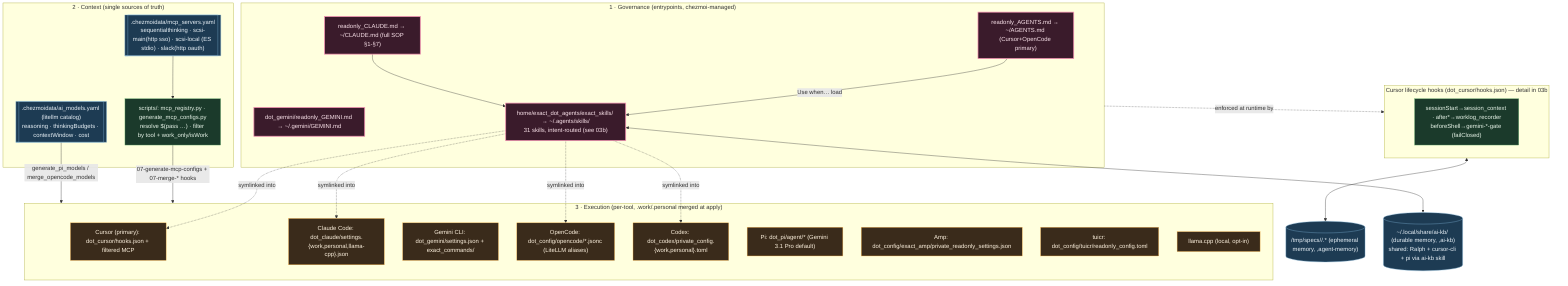
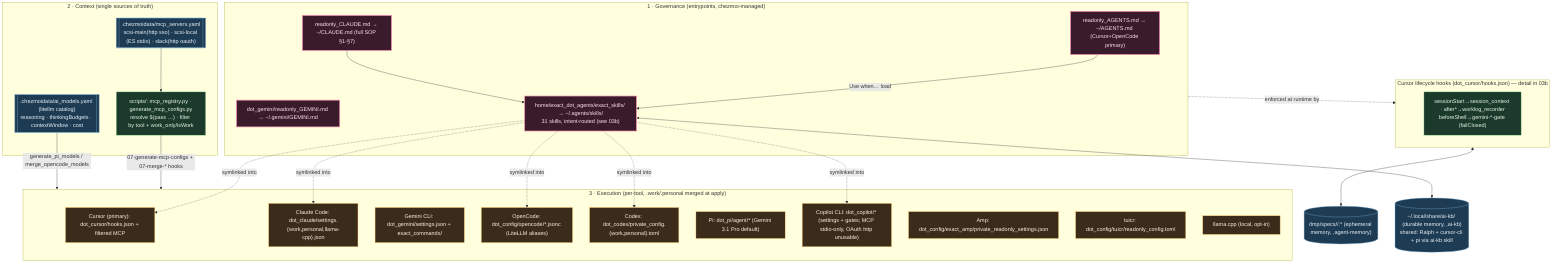
%% ============================================================================
%% 03-agentic-os.mmd — Agentic OS: governance + context + execution layers.
%% Entry SOPs + MCP/model registries + per-tool config generation.
%% Skills/hooks file-level detail → 03b. Per-tool config files → 12.
%% ============================================================================
flowchart TB
    classDef gov fill:#3a1b2b,stroke:#f48fb1,color:#fce4ec,stroke-width:2px;
    classDef ctx fill:#1b3a2b,stroke:#81c784,color:#e8f5e9;
    classDef exec fill:#3a2b1b,stroke:#ffb74d,color:#fff3e0;
    classDef data fill:#1d3b53,stroke:#7fb3d5,color:#eaf2f8;

    subgraph GOV["1 · Governance (entrypoints, chezmoi-managed)"]
        AG["readonly_AGENTS.md → ~/AGENTS.md (Cursor+OpenCode primary)"]:::gov
        CL["readonly_CLAUDE.md → ~/CLAUDE.md (full SOP §1-§7)"]:::gov
        GM["dot_gemini/readonly_GEMINI.md → ~/.gemini/GEMINI.md"]:::gov
        SK["home/exact_dot_agents/exact_skills/ → ~/.agents/skills/<br/>31 skills, intent-routed (see 03b)"]:::gov
        AG -->|Use when… load| SK
        CL --> SK
    end

    subgraph CTX["2 · Context (single sources of truth)"]
-         REG[[".chezmoidata/mcp_servers.yaml<br/>sequentialthinking · scsi-main(http sso) · scsi-local (ES stdio) · slack(http oauth)"]]:::data
+         REG[[".chezmoidata/mcp_servers.yaml<br/>scsi-main(http sso) · scsi-local (ES stdio) · slack(http oauth)"]]:::data
        MODELS[[".chezmoidata/ai_models.yaml (litellm catalog)<br/>reasoning · thinkingBudgets · contextWindow · cost"]]:::data
        GEN["scripts/: mcp_registry.py · generate_mcp_configs.py<br/>resolve $(pass …) · filter by tool + work_only/isWork"]:::ctx
        REG --> GEN
    end

    subgraph EXECL["3 · Execution (per-tool, .work/.personal merged at apply)"]
        CURSOR["Cursor (primary): dot_cursor/hooks.json + filtered MCP"]:::exec
        CLAUDE["Claude Code: dot_claude/settings.{work,personal,llama-cpp}.json"]:::exec
        GEMINI["Gemini CLI: dot_gemini/settings.json + exact_commands/"]:::exec
        OPENCODE["OpenCode: dot_config/opencode/*.jsonc (LiteLLM aliases)"]:::exec
        CODEX["Codex: dot_codex/private_config.{work,personal}.toml"]:::exec
        PI["Pi: dot_pi/agent/* (Gemini 3.1 Pro default)"]:::exec
+         COPILOT["Copilot CLI: dot_copilot/* (settings + gates; MCP stdio-only, OAuth http unusable)"]:::exec
        AMP["Amp: dot_config/exact_amp/private_readonly_settings.json"]:::exec
        TUICR["tuicr: dot_config/tuicr/readonly_config.toml"]:::exec
        LOCAL["llama.cpp (local, opt-in)"]:::exec
    end

    GEN -->|07-generate-mcp-configs + 07-merge-* hooks| EXECL
    MODELS -->|generate_pi_models / merge_opencode_models| EXECL
-     SK -. symlinked into .-> CURSOR & CLAUDE & OPENCODE & CODEX
+     SK -. symlinked into .-> CURSOR & CLAUDE & OPENCODE & CODEX & COPILOT

    subgraph HOOKS["Cursor lifecycle hooks (dot_cursor/hooks.json) — detail in 03b"]
        H["sessionStart→session_context · after*→worklog_recorder<br/>beforeShell→gemini-*-gate (failClosed)"]:::ctx
    end
    GOV -.enforced at runtime by.-> HOOKS
    MEM[("/tmp/specs/<pwd>/<topic>.* (ephemeral memory, ,agent-memory)")]:::data
    HOOKS <--> MEM
    KBDB[("~/.local/share/ai-kb/ (durable memory, ,ai-kb)<br/>shared: Ralph + cursor-cli + pi via ai-kb skill")]:::data
    SK <--> KBDB
